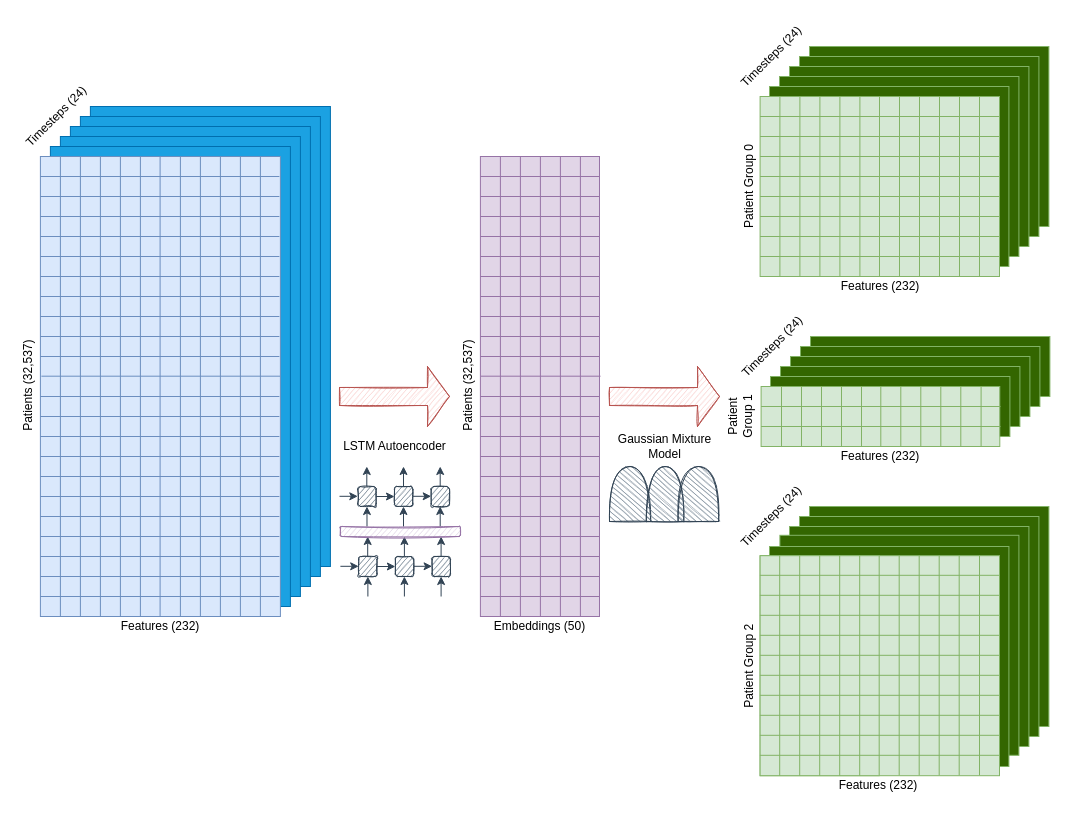
Before: page "fig-1" (1 of 3) of img/paper-181-diagrams.drawio in ger6-illini/dl4h-sp23-project, a draw.io diagram. Source tidied: cells renumbered, new cells numbered last; positions are measured from the earlier drawing's top-left corner, leaving out a move shared by most shapes. Both pictures are drawn from the tidied source at 100%, with x=0, y=0 at pixel (-201, 46).
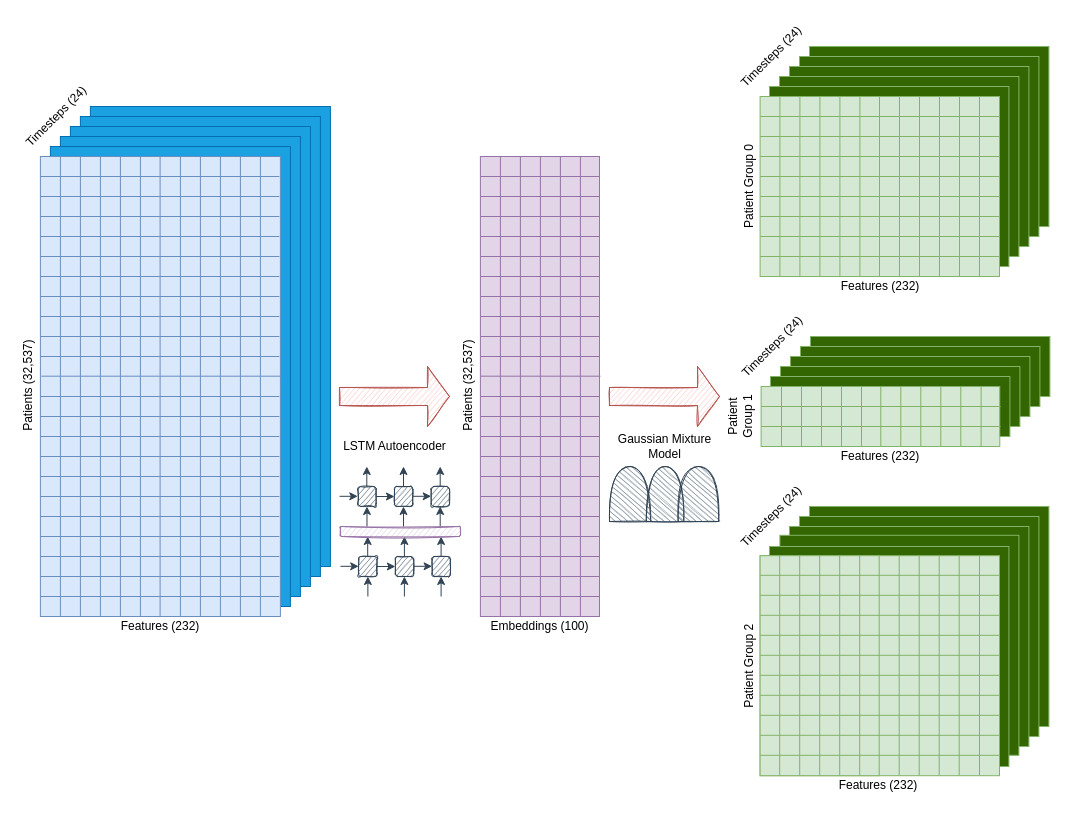
After the change.

The edit, as a diff of the source:
```diff
@@
-    <mxCell id="45" value="Embeddings (50)" style="text;html=1;strokeColor=none;fillColor=none;align=center;verticalAlign=middle;whiteSpace=wrap;rounded=0;rotation=0;" parent="1" vertex="1">
+    <mxCell id="45" value="Embeddings (100)" style="text;html=1;strokeColor=none;fillColor=none;align=center;verticalAlign=middle;whiteSpace=wrap;rounded=0;rotation=0;" parent="1" vertex="1">
       <mxGeometry x="680.9" y="570" width="119.1" height="20" as="geometry" />
     </mxCell>
```
